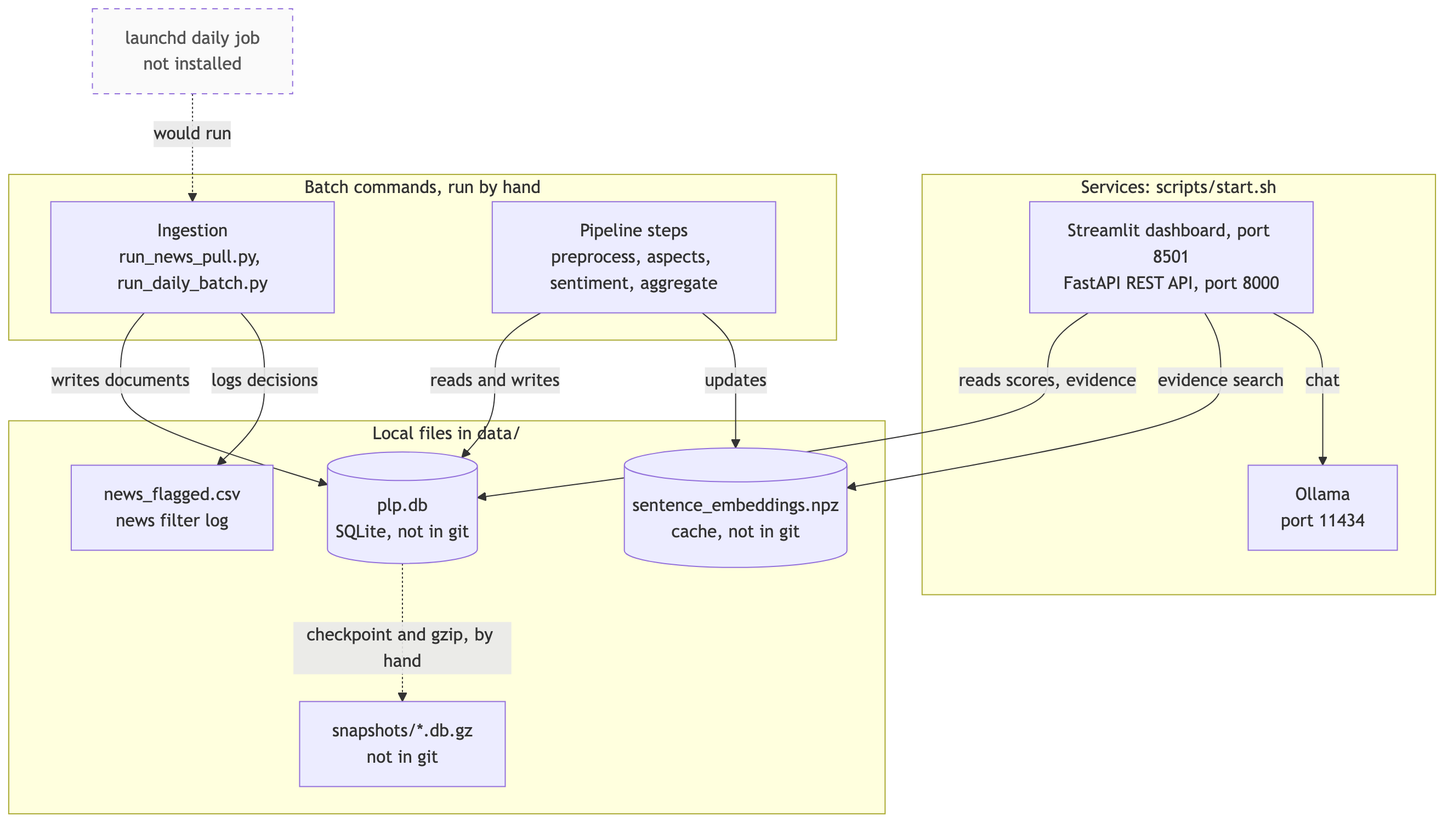
Earlier version of the Mermaid export docs/diagrams/img/02-runtime.png (Gavingyh/plp-project). Its source is kept beside it as docs/diagrams/src/02-runtime.mmd.
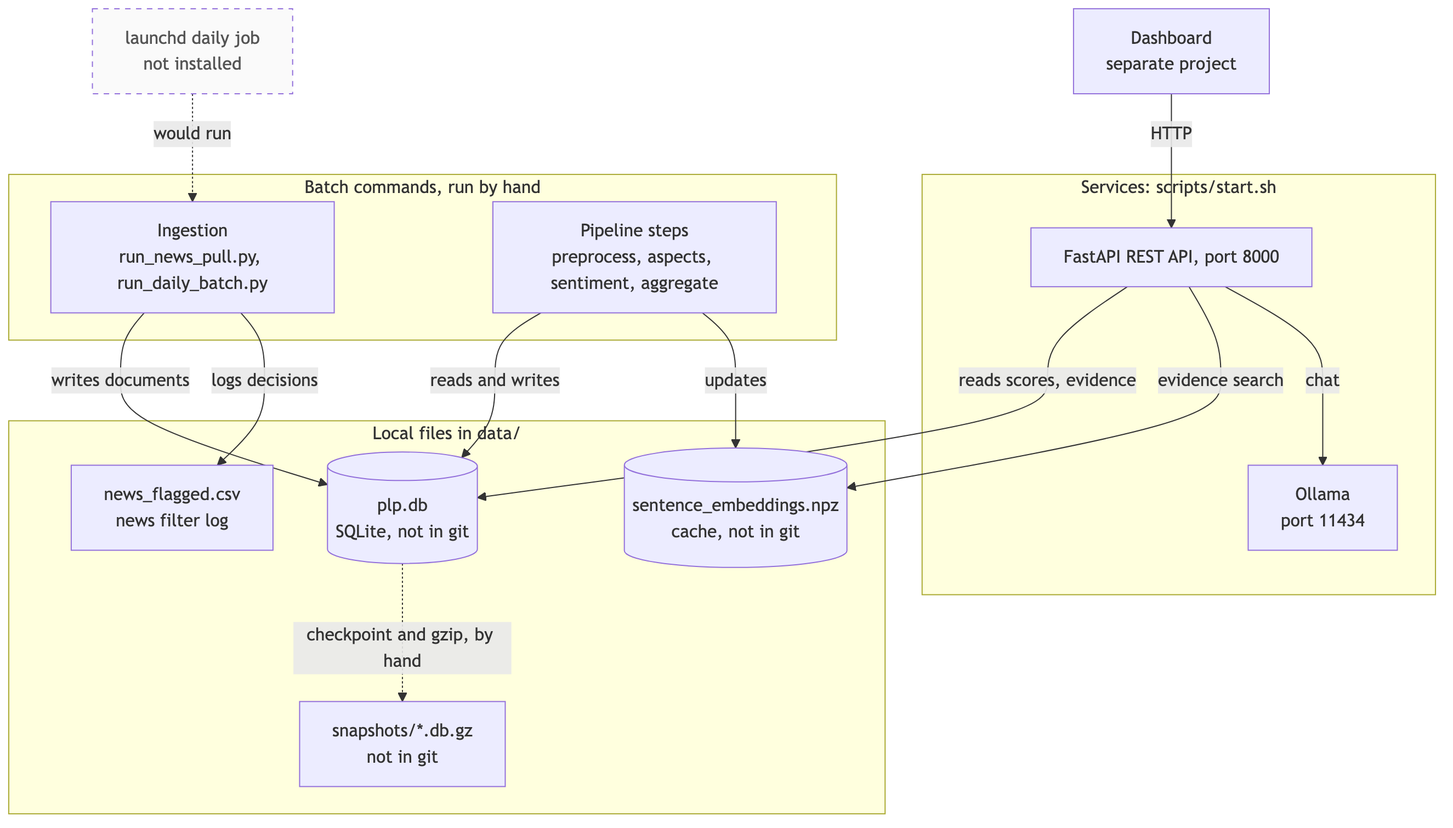
After the change.

What changed in the source:
```diff
@@ -1,9 +1,9 @@
 flowchart TB
   accTitle: Runtime view
-  accDescr: Three services started by scripts/start.sh, the batch commands run by hand, and the local files each reads or writes.
+  accDescr: The services started by scripts/start.sh, the separate dashboard that calls the API, the batch commands run by hand, and the local files each reads or writes.
 
   subgraph services["Services: scripts/start.sh"]
-    ui["Streamlit dashboard, port 8501<br/>FastAPI REST API, port 8000"]
+    ui["FastAPI REST API, port 8000"]
     oll["Ollama<br/>port 11434"]
   end
 
@@ -20,7 +20,9 @@
   end
 
   plist["launchd daily job<br/>not installed"]
+  dash["Dashboard<br/>separate project"]
 
+  dash -- "HTTP" --> ui
   ui -- "reads scores, evidence" --> db
   ui -- "evidence search" --> emb
   ui -- "chat" --> oll
```
